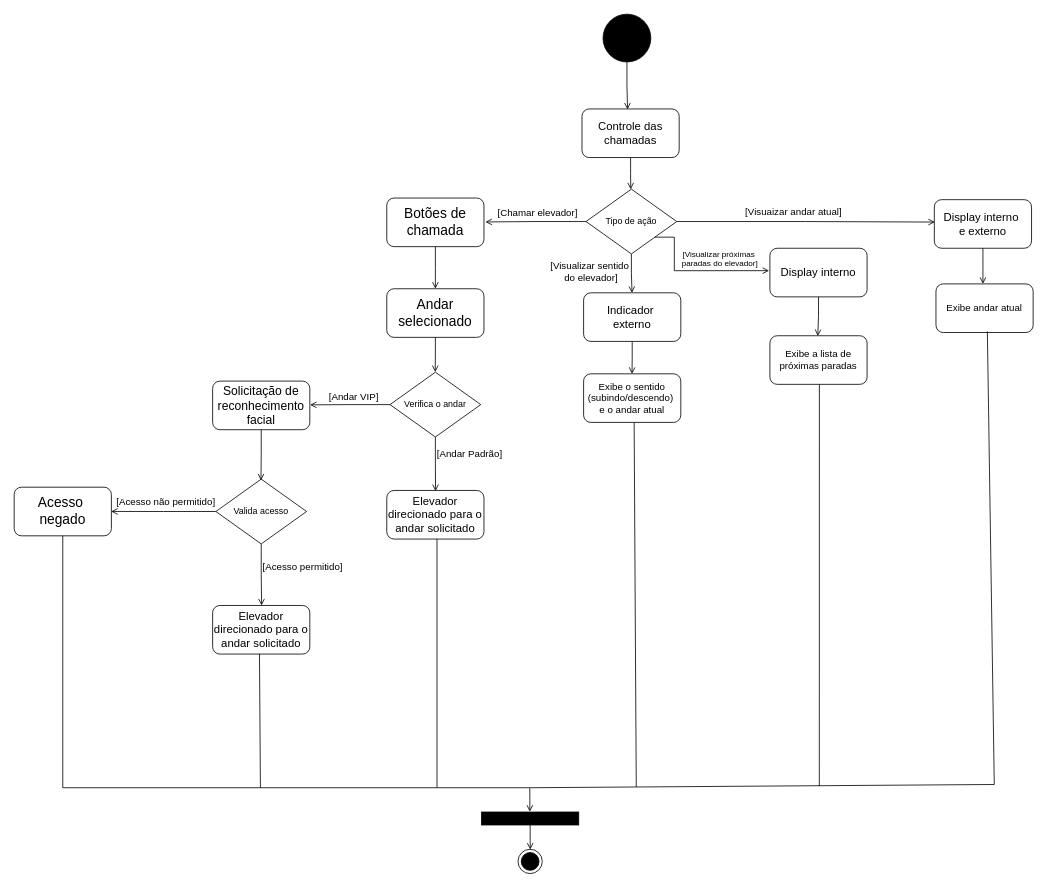
gb-cs-rt/elevator keeps this draw.io diagram as diagrama_atividades/diagrama_atividade_modulo_chamadas.drawio. Above is the earlier version. Source tidied: cells renumbered, new cells numbered last; positions are measured from the earlier drawing's top-left corner, leaving out a move shared by most shapes. Both pictures are drawn from the tidied source at 81%, with x=0, y=0 at pixel (14, 14).
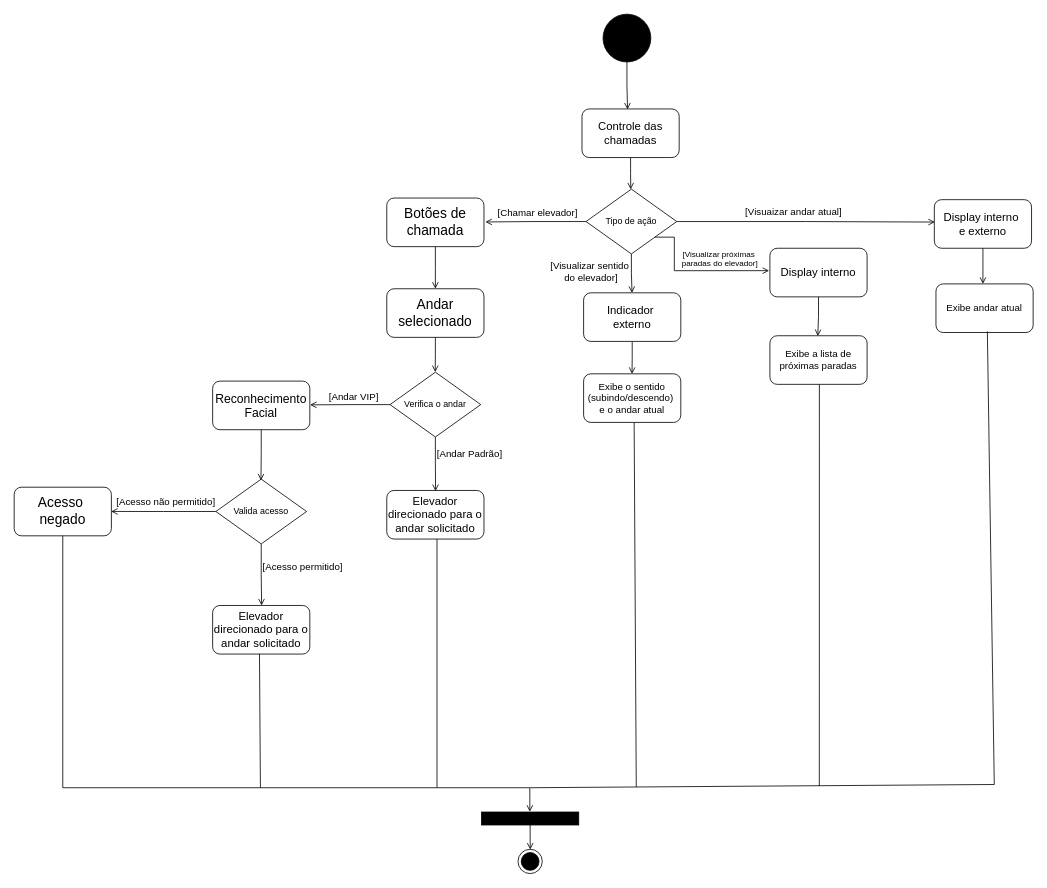
The same diagram, later.

Commit message (it also covers changes not shown here):
diagrama de atividades

Diff of the diagram source:
```diff
@@
-    <mxCell id="16" value="Solicitação de reconhecimento facial" style="rounded=1;whiteSpace=wrap;html=1;fontSize=15;" parent="1" vertex="1">
+    <mxCell id="16" value="Reconhecimento&lt;div&gt;Facial&lt;/div&gt;" style="rounded=1;whiteSpace=wrap;html=1;fontSize=15;" parent="1" vertex="1">
       <mxGeometry x="245" y="453" width="120" height="60" as="geometry" />
     </mxCell>
```
